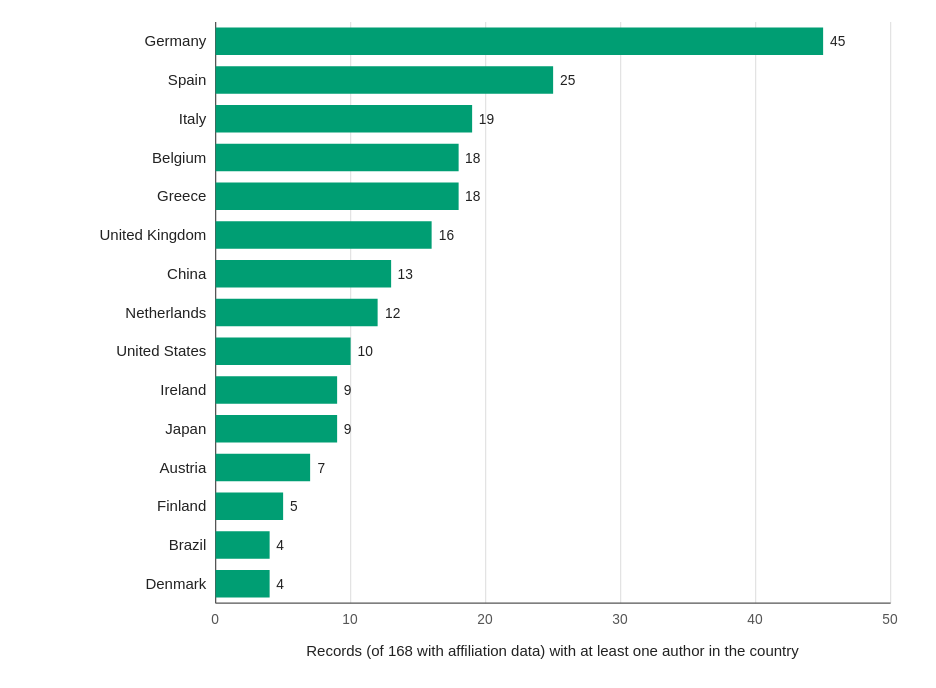
Above: figures/fig_bib_4_countries.drawio in egagraha/slr-dataspace (draw.io), before the change. Source tidied: cells renumbered, new cells numbered last; positions are measured from the earlier drawing's top-left corner, leaving out a move shared by most shapes. Both pictures are drawn from the tidied source at 125%, with x=0, y=0 at pixel (21, 21).
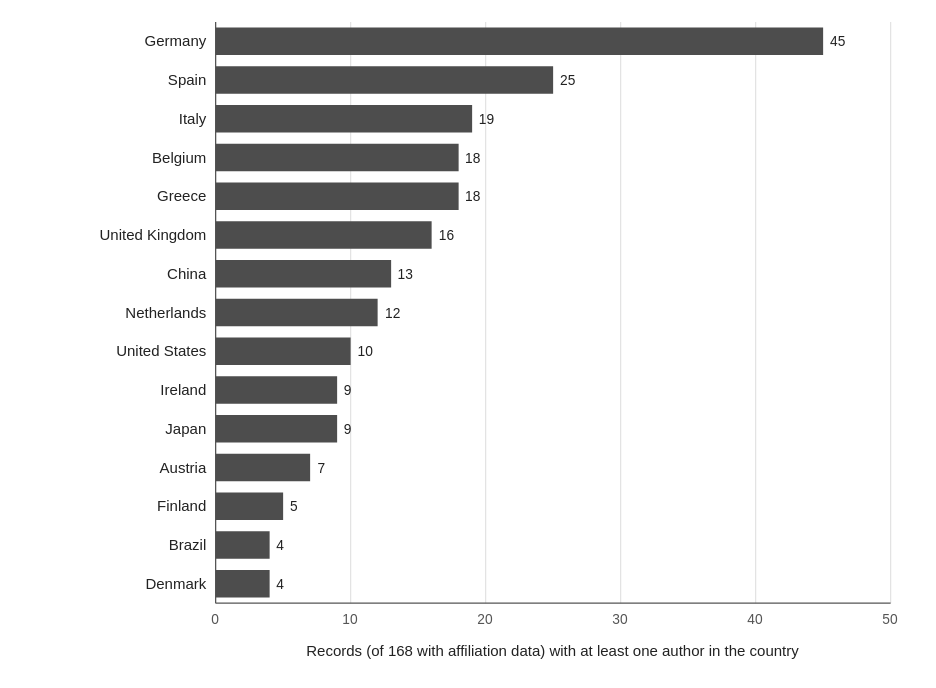
The same diagram, later.

The edit, as a diff of the source:
```diff
@@
-    <mxCell id="17" style="rounded=0;whiteSpace=wrap;html=1;fillColor=#009E73;strokeColor=none;strokeWidth=1;fontFamily=Helvetica;fontSize=12;fontColor=#222222;fontStyle=0;align=center;verticalAlign=middle;dashed=0;" parent="1" vertex="1">
+    <mxCell id="17" style="rounded=0;whiteSpace=wrap;html=1;fillColor=#4D4D4D;strokeColor=none;strokeWidth=1;fontFamily=Helvetica;fontSize=12;fontColor=#222222;fontStyle=0;align=center;verticalAlign=middle;dashed=0;" parent="1" vertex="1">
       <mxGeometry x="155" y="4.5" width="486" height="22" as="geometry" />
     </mxCell>
@@
-    <mxCell id="20" style="rounded=0;whiteSpace=wrap;html=1;fillColor=#009E73;strokeColor=none;strokeWidth=1;fontFamily=Helvetica;fontSize=12;fontColor=#222222;fontStyle=0;align=center;verticalAlign=middle;dashed=0;" parent="1" vertex="1">
+    <mxCell id="20" style="rounded=0;whiteSpace=wrap;html=1;fillColor=#4D4D4D;strokeColor=none;strokeWidth=1;fontFamily=Helvetica;fontSize=12;fontColor=#222222;fontStyle=0;align=center;verticalAlign=middle;dashed=0;" parent="1" vertex="1">
       <mxGeometry x="155" y="35.5" width="270" height="22" as="geometry" />
     </mxCell>
@@
-    <mxCell id="23" style="rounded=0;whiteSpace=wrap;html=1;fillColor=#009E73;strokeColor=none;strokeWidth=1;fontFamily=Helvetica;fontSize=12;fontColor=#222222;fontStyle=0;align=center;verticalAlign=middle;dashed=0;" parent="1" vertex="1">
+    <mxCell id="23" style="rounded=0;whiteSpace=wrap;html=1;fillColor=#4D4D4D;strokeColor=none;strokeWidth=1;fontFamily=Helvetica;fontSize=12;fontColor=#222222;fontStyle=0;align=center;verticalAlign=middle;dashed=0;" parent="1" vertex="1">
       <mxGeometry x="155" y="66.5" width="205.2" height="22" as="geometry" />
     </mxCell>
@@
-    <mxCell id="26" style="rounded=0;whiteSpace=wrap;html=1;fillColor=#009E73;strokeColor=none;strokeWidth=1;fontFamily=Helvetica;fontSize=12;fontColor=#222222;fontStyle=0;align=center;verticalAlign=middle;dashed=0;" parent="1" vertex="1">
+    <mxCell id="26" style="rounded=0;whiteSpace=wrap;html=1;fillColor=#4D4D4D;strokeColor=none;strokeWidth=1;fontFamily=Helvetica;fontSize=12;fontColor=#222222;fontStyle=0;align=center;verticalAlign=middle;dashed=0;" parent="1" vertex="1">
       <mxGeometry x="155" y="97.5" width="194.4" height="22" as="geometry" />
     </mxCell>
@@
-    <mxCell id="29" style="rounded=0;whiteSpace=wrap;html=1;fillColor=#009E73;strokeColor=none;strokeWidth=1;fontFamily=Helvetica;fontSize=12;fontColor=#222222;fontStyle=0;align=center;verticalAlign=middle;dashed=0;" parent="1" vertex="1">
+    <mxCell id="29" style="rounded=0;whiteSpace=wrap;html=1;fillColor=#4D4D4D;strokeColor=none;strokeWidth=1;fontFamily=Helvetica;fontSize=12;fontColor=#222222;fontStyle=0;align=center;verticalAlign=middle;dashed=0;" parent="1" vertex="1">
       <mxGeometry x="155" y="128.5" width="194.4" height="22" as="geometry" />
     </mxCell>
@@
-    <mxCell id="32" style="rounded=0;whiteSpace=wrap;html=1;fillColor=#009E73;strokeColor=none;strokeWidth=1;fontFamily=Helvetica;fontSize=12;fontColor=#222222;fontStyle=0;align=center;verticalAlign=middle;dashed=0;" parent="1" vertex="1">
+    <mxCell id="32" style="rounded=0;whiteSpace=wrap;html=1;fillColor=#4D4D4D;strokeColor=none;strokeWidth=1;fontFamily=Helvetica;fontSize=12;fontColor=#222222;fontStyle=0;align=center;verticalAlign=middle;dashed=0;" parent="1" vertex="1">
       <mxGeometry x="155" y="159.5" width="172.8" height="22" as="geometry" />
     </mxCell>
@@
-    <mxCell id="35" style="rounded=0;whiteSpace=wrap;html=1;fillColor=#009E73;strokeColor=none;strokeWidth=1;fontFamily=Helvetica;fontSize=12;fontColor=#222222;fontStyle=0;align=center;verticalAlign=middle;dashed=0;" parent="1" vertex="1">
+    <mxCell id="35" style="rounded=0;whiteSpace=wrap;html=1;fillColor=#4D4D4D;strokeColor=none;strokeWidth=1;fontFamily=Helvetica;fontSize=12;fontColor=#222222;fontStyle=0;align=center;verticalAlign=middle;dashed=0;" parent="1" vertex="1">
       <mxGeometry x="155" y="190.5" width="140.4" height="22" as="geometry" />
     </mxCell>
@@
-    <mxCell id="38" style="rounded=0;whiteSpace=wrap;html=1;fillColor=#009E73;strokeColor=none;strokeWidth=1;fontFamily=Helvetica;fontSize=12;fontColor=#222222;fontStyle=0;align=center;verticalAlign=middle;dashed=0;" parent="1" vertex="1">
+    <mxCell id="38" style="rounded=0;whiteSpace=wrap;html=1;fillColor=#4D4D4D;strokeColor=none;strokeWidth=1;fontFamily=Helvetica;fontSize=12;fontColor=#222222;fontStyle=0;align=center;verticalAlign=middle;dashed=0;" parent="1" vertex="1">
       <mxGeometry x="155" y="221.5" width="129.6" height="22" as="geometry" />
     </mxCell>
@@
-    <mxCell id="41" style="rounded=0;whiteSpace=wrap;html=1;fillColor=#009E73;strokeColor=none;strokeWidth=1;fontFamily=Helvetica;fontSize=12;fontColor=#222222;fontStyle=0;align=center;verticalAlign=middle;dashed=0;" parent="1" vertex="1">
+    <mxCell id="41" style="rounded=0;whiteSpace=wrap;html=1;fillColor=#4D4D4D;strokeColor=none;strokeWidth=1;fontFamily=Helvetica;fontSize=12;fontColor=#222222;fontStyle=0;align=center;verticalAlign=middle;dashed=0;" parent="1" vertex="1">
       <mxGeometry x="155" y="252.5" width="108" height="22" as="geometry" />
     </mxCell>
@@
-    <mxCell id="44" style="rounded=0;whiteSpace=wrap;html=1;fillColor=#009E73;strokeColor=none;strokeWidth=1;fontFamily=Helvetica;fontSize=12;fontColor=#222222;fontStyle=0;align=center;verticalAlign=middle;dashed=0;" parent="1" vertex="1">
+    <mxCell id="44" style="rounded=0;whiteSpace=wrap;html=1;fillColor=#4D4D4D;strokeColor=none;strokeWidth=1;fontFamily=Helvetica;fontSize=12;fontColor=#222222;fontStyle=0;align=center;verticalAlign=middle;dashed=0;" parent="1" vertex="1">
       <mxGeometry x="155" y="283.5" width="97.2" height="22" as="geometry" />
     </mxCell>
@@
-    <mxCell id="47" style="rounded=0;whiteSpace=wrap;html=1;fillColor=#009E73;strokeColor=none;strokeWidth=1;fontFamily=Helvetica;fontSize=12;fontColor=#222222;fontStyle=0;align=center;verticalAlign=middle;dashed=0;" parent="1" vertex="1">
+    <mxCell id="47" style="rounded=0;whiteSpace=wrap;html=1;fillColor=#4D4D4D;strokeColor=none;strokeWidth=1;fontFamily=Helvetica;fontSize=12;fontColor=#222222;fontStyle=0;align=center;verticalAlign=middle;dashed=0;" parent="1" vertex="1">
       <mxGeometry x="155" y="314.5" width="97.2" height="22" as="geometry" />
     </mxCell>
@@
-    <mxCell id="50" style="rounded=0;whiteSpace=wrap;html=1;fillColor=#009E73;strokeColor=none;strokeWidth=1;fontFamily=Helvetica;fontSize=12;fontColor=#222222;fontStyle=0;align=center;verticalAlign=middle;dashed=0;" parent="1" vertex="1">
+    <mxCell id="50" style="rounded=0;whiteSpace=wrap;html=1;fillColor=#4D4D4D;strokeColor=none;strokeWidth=1;fontFamily=Helvetica;fontSize=12;fontColor=#222222;fontStyle=0;align=center;verticalAlign=middle;dashed=0;" parent="1" vertex="1">
       <mxGeometry x="155" y="345.5" width="75.6" height="22" as="geometry" />
     </mxCell>
@@
-    <mxCell id="53" style="rounded=0;whiteSpace=wrap;html=1;fillColor=#009E73;strokeColor=none;strokeWidth=1;fontFamily=Helvetica;fontSize=12;fontColor=#222222;fontStyle=0;align=center;verticalAlign=middle;dashed=0;" parent="1" vertex="1">
+    <mxCell id="53" style="rounded=0;whiteSpace=wrap;html=1;fillColor=#4D4D4D;strokeColor=none;strokeWidth=1;fontFamily=Helvetica;fontSize=12;fontColor=#222222;fontStyle=0;align=center;verticalAlign=middle;dashed=0;" parent="1" vertex="1">
       <mxGeometry x="155" y="376.5" width="54" height="22" as="geometry" />
     </mxCell>
@@
-    <mxCell id="56" style="rounded=0;whiteSpace=wrap;html=1;fillColor=#009E73;strokeColor=none;strokeWidth=1;fontFamily=Helvetica;fontSize=12;fontColor=#222222;fontStyle=0;align=center;verticalAlign=middle;dashed=0;" parent="1" vertex="1">
+    <mxCell id="56" style="rounded=0;whiteSpace=wrap;html=1;fillColor=#4D4D4D;strokeColor=none;strokeWidth=1;fontFamily=Helvetica;fontSize=12;fontColor=#222222;fontStyle=0;align=center;verticalAlign=middle;dashed=0;" parent="1" vertex="1">
       <mxGeometry x="155" y="407.5" width="43.2" height="22" as="geometry" />
     </mxCell>
@@
-    <mxCell id="59" style="rounded=0;whiteSpace=wrap;html=1;fillColor=#009E73;strokeColor=none;strokeWidth=1;fontFamily=Helvetica;fontSize=12;fontColor=#222222;fontStyle=0;align=center;verticalAlign=middle;dashed=0;" parent="1" vertex="1">
+    <mxCell id="59" style="rounded=0;whiteSpace=wrap;html=1;fillColor=#4D4D4D;strokeColor=none;strokeWidth=1;fontFamily=Helvetica;fontSize=12;fontColor=#222222;fontStyle=0;align=center;verticalAlign=middle;dashed=0;" parent="1" vertex="1">
       <mxGeometry x="155" y="438.5" width="43.2" height="22" as="geometry" />
     </mxCell>
```
